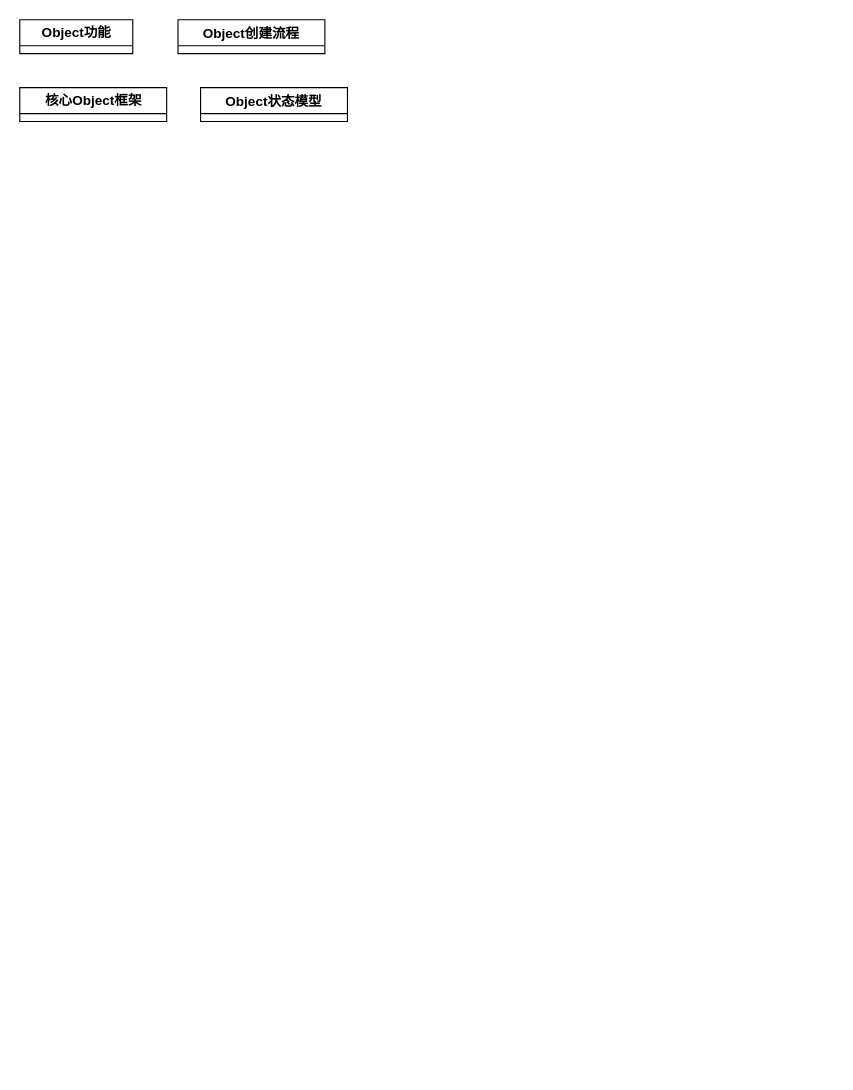
Before: BDXKEngine.drawio in BDFFZI/BDXKEngine, a draw.io diagram. Source tidied: cells renumbered, new cells numbered last; positions are measured from the earlier drawing's top-left corner, leaving out a move shared by most shapes. Both pictures are drawn from the tidied source at 113%, with x=0, y=0 at pixel (19, 19).
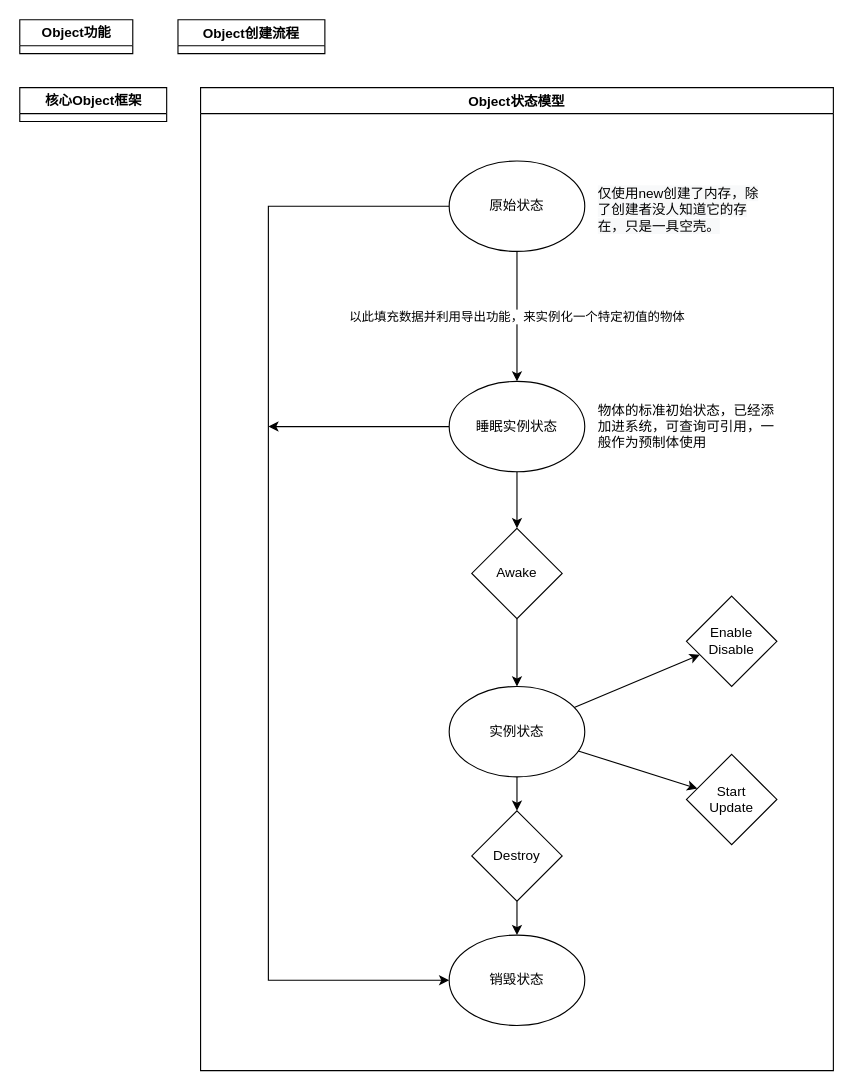
The same page after the edit.

The edit, as a diff of the source:
```diff
@@
-    <mxCell id="5" value="Object状态模型" style="swimlane;" parent="1" vertex="1" collapsed="1">
-      <mxGeometry x="160" y="60" width="130" height="30" as="geometry" />
+    <mxCell id="5" value="Object状态模型" style="swimlane;" parent="1" vertex="1">
+      <mxGeometry x="160" y="60" width="560" height="870" as="geometry" />
     </mxCell>
+    <mxCell id="6" value="原始状态" style="ellipse;whiteSpace=wrap;html=1;" parent="5" vertex="1">
+      <mxGeometry x="220" y="65" width="120" height="80" as="geometry" />
+    </mxCell>
+    <mxCell id="7" value="&lt;span style=&quot;color: rgb(0, 0, 0); font-family: Helvetica; font-size: 12px; font-style: normal; font-variant-ligatures: normal; font-variant-caps: normal; font-weight: 400; letter-spacing: normal; orphans: 2; text-align: center; text-indent: 0px; text-transform: none; widows: 2; word-spacing: 0px; -webkit-text-stroke-width: 0px; background-color: rgb(248, 249, 250); text-decoration-thickness: initial; text-decoration-style: initial; text-decoration-color: initial; float: none; display: inline !important;&quot;&gt;仅使用new创建了内存，除了创建者没人知道它的存在，只是一具空壳。&lt;/span&gt;" style="text;whiteSpace=wrap;html=1;" parent="5" vertex="1">
+      <mxGeometry x="350" y="80" width="150" height="50" as="geometry" />
+    </mxCell>
+    <mxCell id="8" style="edgeStyle=orthogonalEdgeStyle;rounded=0;jettySize=auto;html=1;" parent="5" edge="1" source="9">
+      <mxGeometry relative="1" as="geometry">
+        <mxPoint x="60" y="300" as="targetPoint" />
+      </mxGeometry>
+    </mxCell>
+    <mxCell id="9" value="睡眠实例状态" style="ellipse;whiteSpace=wrap;html=1;" parent="5" vertex="1">
+      <mxGeometry x="220" y="260" width="120" height="80" as="geometry" />
+    </mxCell>
+    <mxCell id="10" value="以此填充数据并利用导出功能，来实例化一个特定初值的物体" style="edgeStyle=orthogonalEdgeStyle;rounded=0;jettySize=auto;html=1;" parent="5" edge="1" source="6" target="9">
+      <mxGeometry relative="1" as="geometry" />
+    </mxCell>
+    <mxCell id="11" value="实例状态" style="ellipse;whiteSpace=wrap;html=1;" parent="5" vertex="1">
+      <mxGeometry x="220" y="530" width="120" height="80" as="geometry" />
+    </mxCell>
+    <mxCell id="12" value="销毁状态" style="ellipse;whiteSpace=wrap;html=1;" parent="5" vertex="1">
+      <mxGeometry x="220" y="750" width="120" height="80" as="geometry" />
+    </mxCell>
+    <mxCell id="13" style="edgeStyle=orthogonalEdgeStyle;rounded=0;jettySize=auto;html=1;" parent="5" edge="1" source="6" target="12">
+      <mxGeometry relative="1" as="geometry">
+        <Array as="points">
+          <mxPoint x="60" y="105" />
+          <mxPoint x="60" y="790" />
+        </Array>
+      </mxGeometry>
+    </mxCell>
+    <mxCell id="14" style="edgeStyle=orthogonalEdgeStyle;rounded=0;jettySize=auto;html=1;" parent="5" edge="1" source="15" target="11">
+      <mxGeometry relative="1" as="geometry" />
+    </mxCell>
+    <mxCell id="15" value="Awake" style="rhombus;whiteSpace=wrap;html=1;" parent="5" vertex="1">
+      <mxGeometry x="240" y="390" width="80" height="80" as="geometry" />
+    </mxCell>
+    <mxCell id="16" style="edgeStyle=orthogonalEdgeStyle;rounded=0;jettySize=auto;html=1;" parent="5" edge="1" source="9" target="15">
+      <mxGeometry relative="1" as="geometry" />
+    </mxCell>
+    <mxCell id="17" value="Enable&lt;br&gt;Disable" style="rhombus;whiteSpace=wrap;html=1;" parent="5" vertex="1">
+      <mxGeometry x="430" y="450" width="80" height="80" as="geometry" />
+    </mxCell>
+    <mxCell id="18" style="rounded=0;jettySize=auto;html=1;" parent="5" edge="1" source="11" target="17">
+      <mxGeometry relative="1" as="geometry" />
+    </mxCell>
+    <mxCell id="19" value="Start&lt;br&gt;Update" style="rhombus;whiteSpace=wrap;html=1;" parent="5" vertex="1">
+      <mxGeometry x="430" y="590" width="80" height="80" as="geometry" />
+    </mxCell>
+    <mxCell id="20" style="edgeStyle=none;rounded=0;jettySize=auto;html=1;" parent="5" edge="1" source="11" target="19">
+      <mxGeometry relative="1" as="geometry" />
+    </mxCell>
+    <mxCell id="21" style="edgeStyle=none;rounded=0;jettySize=auto;html=1;" parent="5" edge="1" source="22" target="12">
+      <mxGeometry relative="1" as="geometry" />
+    </mxCell>
+    <mxCell id="22" value="Destroy" style="rhombus;whiteSpace=wrap;html=1;" parent="5" vertex="1">
+      <mxGeometry x="240" y="640" width="80" height="80" as="geometry" />
+    </mxCell>
+    <mxCell id="23" style="edgeStyle=none;rounded=0;jettySize=auto;html=1;" parent="5" edge="1" source="11" target="22">
+      <mxGeometry relative="1" as="geometry" />
+    </mxCell>
+    <mxCell id="24" value="物体的标准初始状态，&lt;span style=&quot;&quot;&gt;已经添加进系统，可查询可引用，一般作为预制体使用&lt;/span&gt;" style="text;html=1;strokeColor=none;fillColor=none;align=left;verticalAlign=middle;whiteSpace=wrap;rounded=0;" parent="5" vertex="1">
+      <mxGeometry x="350" y="277.5" width="160" height="45" as="geometry" />
+    </mxCell>
```
